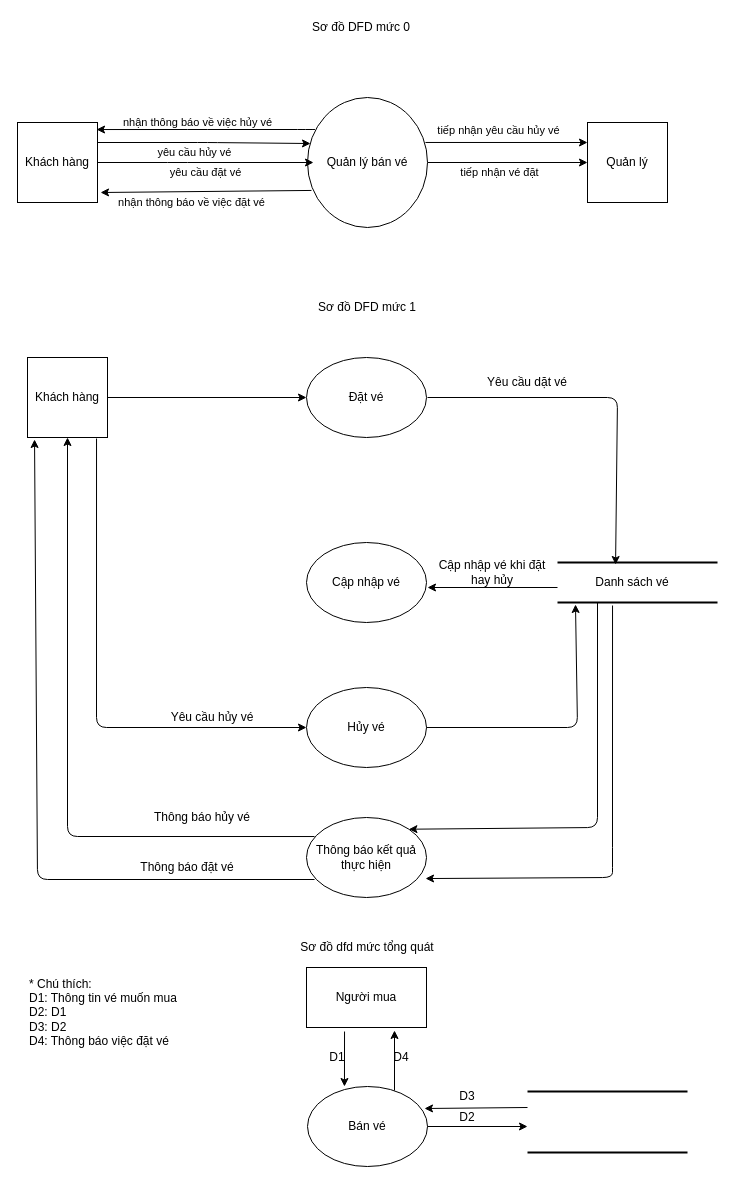
This is page "Page-1" (1 of 2) of Diagrams/DFD Phat (2).drawio from Raynor-legend/Cinema, a draw.io file, before an edit. Source tidied: cells renumbered, new cells numbered last; positions are measured from the earlier drawing's top-left corner, leaving out a move shared by most shapes. Both pictures are drawn from the tidied source at 100%, with x=0, y=0 at pixel (17, 17).
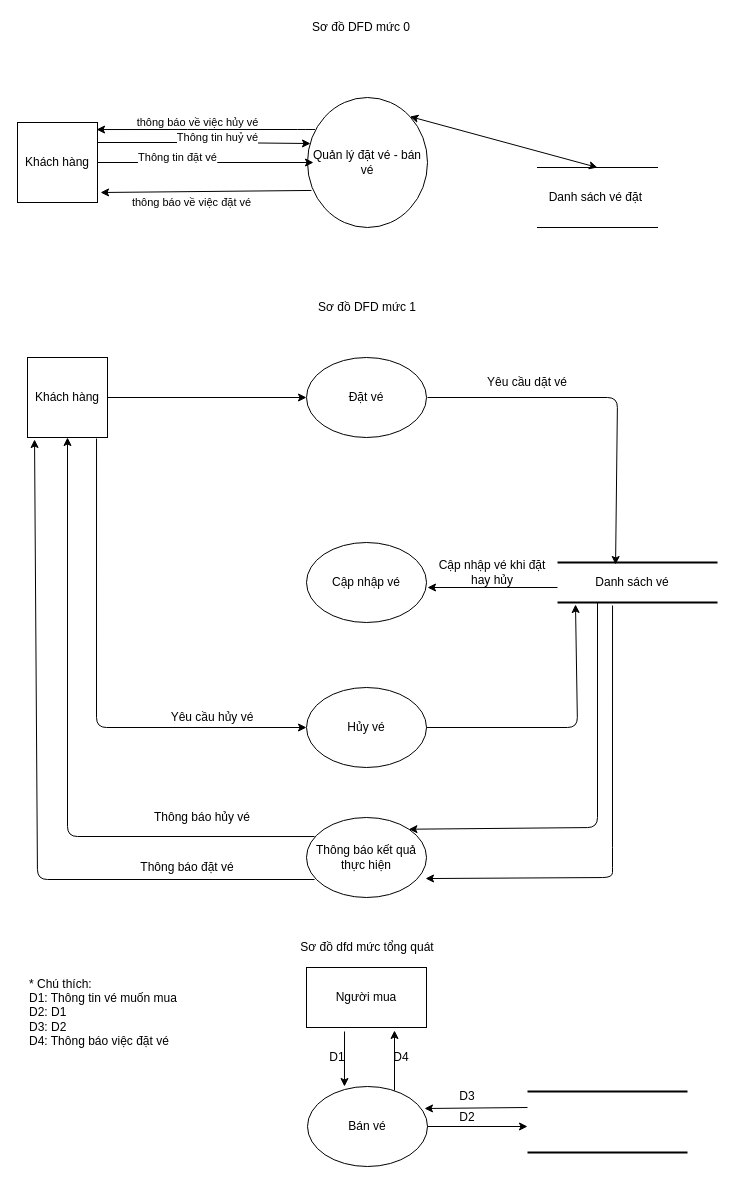
Above is the later version.

The change refers to these unchanged cells:
```xml
<mxCell id="5" value="Khách hàng" style="whiteSpace=wrap;html=1;" parent="1" vertex="1">
  <mxGeometry y="105" width="80" height="80" as="geometry" />
</mxCell>
```

Diff of the diagram source:
```diff
@@
-    <mxCell id="3" value="tiếp nhận vé đặt" style="edgeStyle=orthogonalEdgeStyle;rounded=0;jettySize=auto;html=1;exitX=1;exitY=0.5;exitDx=0;exitDy=0;entryX=0;entryY=0.5;entryDx=0;entryDy=0;" parent="1" edge="1" source="4" target="7">
-      <mxGeometry x="-0.1" y="-10" relative="1" as="geometry" />
-    </mxCell>
-    <mxCell id="4" value="Quản lý bán vé" style="ellipse;whiteSpace=wrap;html=1;" parent="1" vertex="1">
+    <mxCell id="4" value="Quản lý đặt vé - bán vé" style="ellipse;whiteSpace=wrap;html=1;" parent="1" vertex="1">
       <mxGeometry x="290" y="80" width="120" height="130" as="geometry" />
     </mxCell>
@@
-    <mxCell id="6" value="yêu cầu đặt vé" style="endArrow=classic;html=1;entryX=0.05;entryY=0.5;entryDx=0;entryDy=0;entryPerimeter=0;" parent="1" edge="1" source="5" target="4">
-      <mxGeometry y="-10" relative="1" as="geometry">
+    <mxCell id="6" value="Thông tin đặt vé" style="endArrow=classic;html=1;entryX=0.05;entryY=0.5;entryDx=0;entryDy=0;entryPerimeter=0;" parent="1" edge="1" source="5" target="4">
+      <mxGeometry x="-0.26" y="5" relative="1" as="geometry">
         <Array as="points">
-          <mxPoint x="160" y="145" />
+          <mxPoint x="190" y="145" />
         </Array>
       </mxGeometry>
     </mxCell>
-    <mxCell id="7" value="Quản lý" style="whiteSpace=wrap;html=1;" parent="1" vertex="1">
-      <mxGeometry x="570" y="105" width="80" height="80" as="geometry" />
-    </mxCell>
-    <mxCell id="8" value="yêu cầu hủy vé&lt;br&gt;" style="endArrow=classic;html=1;exitX=1;exitY=0.25;exitDx=0;exitDy=0;entryX=0.025;entryY=0.354;entryDx=0;entryDy=0;entryPerimeter=0;" parent="1" edge="1" source="5" target="4">
-      <mxGeometry y="-14" relative="1" as="geometry">
+    <mxCell id="8" value="Thông tin huỷ vé" style="endArrow=classic;html=1;exitX=1;exitY=0.25;exitDx=0;exitDy=0;entryX=0.025;entryY=0.354;entryDx=0;entryDy=0;entryPerimeter=0;" parent="1" edge="1" source="5" target="4">
+      <mxGeometry x="0.13" y="5" relative="1" as="geometry">
         <Array as="points">
           <mxPoint x="190" y="125" />
         </Array>
-        <mxPoint x="-10" y="-4" as="offset" />
       </mxGeometry>
     </mxCell>
-    <mxCell id="9" value="nhận thông báo về việc đặt vé" style="endArrow=classic;html=1;exitX=0.033;exitY=0.715;exitDx=0;exitDy=0;exitPerimeter=0;entryX=1.038;entryY=0.875;entryDx=0;entryDy=0;entryPerimeter=0;" parent="1" edge="1" source="4" target="5">
+    <mxCell id="9" value="thông báo về việc đặt vé" style="endArrow=classic;html=1;exitX=0.033;exitY=0.715;exitDx=0;exitDy=0;exitPerimeter=0;entryX=1.038;entryY=0.875;entryDx=0;entryDy=0;entryPerimeter=0;" parent="1" edge="1" source="4" target="5">
       <mxGeometry x="0.14" y="11" relative="1" as="geometry" />
     </mxCell>
-    <mxCell id="10" value="nhận thông báo về việc hủy vé&lt;br&gt;" style="endArrow=classic;html=1;entryX=0.988;entryY=0.088;entryDx=0;entryDy=0;entryPerimeter=0;" parent="1" edge="1" target="5">
+    <mxCell id="10" value="thông báo về việc hủy vé" style="endArrow=classic;html=1;entryX=0.988;entryY=0.088;entryDx=0;entryDy=0;entryPerimeter=0;" parent="1" edge="1" target="5">
       <mxGeometry x="0.13" y="-7" relative="1" as="geometry">
         <mxPoint x="290" y="112" as="sourcePoint" />
         <Array as="points">
           <mxPoint x="300" y="112" />
           <mxPoint x="290" y="112" />
           <mxPoint x="180" y="112" />
         </Array>
       </mxGeometry>
     </mxCell>
-    <mxCell id="11" value="tiếp nhận yêu cầu hủy vé&lt;br&gt;" style="endArrow=classic;html=1;exitX=0.983;exitY=0.346;exitDx=0;exitDy=0;exitPerimeter=0;" parent="1" edge="1" source="4">
-      <mxGeometry x="-0.1" y="12" relative="1" as="geometry">
-        <mxPoint x="570" y="125" as="targetPoint" />
-      </mxGeometry>
-    </mxCell>
@@
+    <mxCell id="51" value="Danh sách vé đặt&amp;nbsp;" style="shape=partialRectangle;whiteSpace=wrap;html=1;left=0;right=0;fillColor=none;" parent="1" vertex="1">
+      <mxGeometry x="520" y="150" width="120" height="60" as="geometry" />
+    </mxCell>
+    <mxCell id="52" style="endArrow=classic;startArrow=classic;html=1;entryX=0.5;entryY=0;entryDx=0;entryDy=0;exitX=1;exitY=0;exitDx=0;exitDy=0;" parent="1" edge="1" source="4" target="51">
+      <mxGeometry relative="1" as="geometry" />
+    </mxCell>
```
